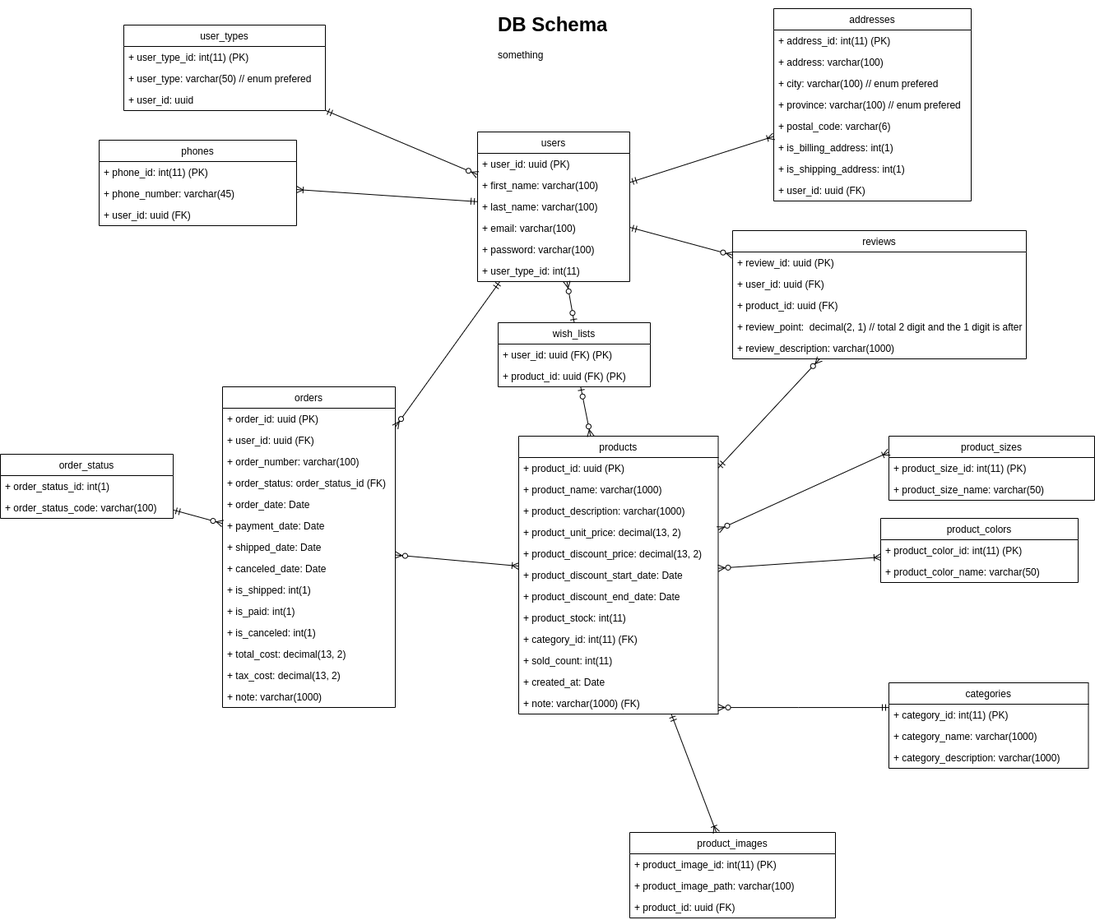
The draw.io diagram db-design.png in stsiwo/e-commerce-starter-kits, before a commit. Source tidied: cells renumbered, new cells last; positions are measured from the earlier drawing's top-left corner, leaving out a move shared by most shapes.
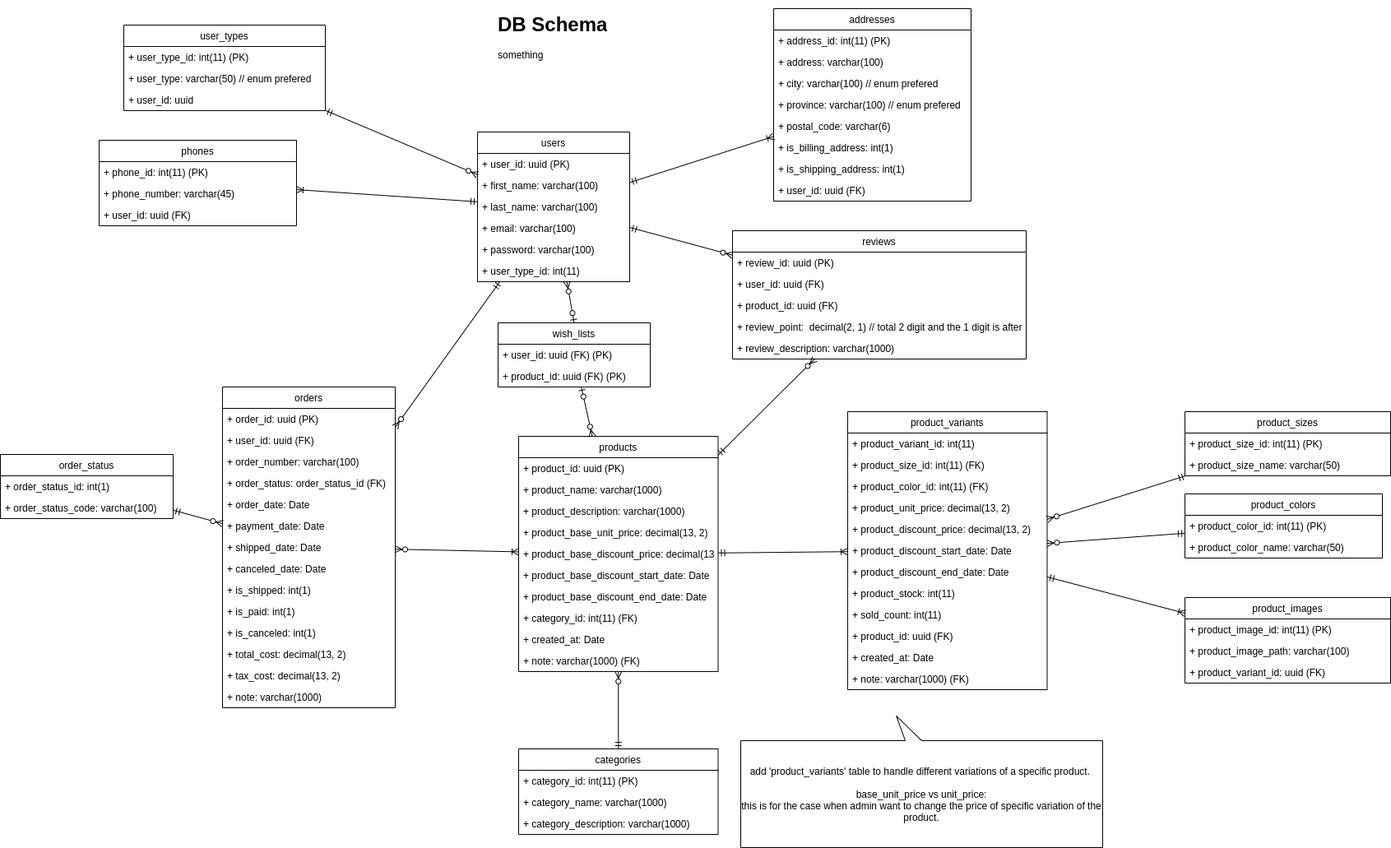
After the commit.

The edit, as a diff of the source:
```diff
@@ -95,19 +95,8 @@
     <mxCell id="32" value="+ user_id: uuid" style="text;strokeColor=none;fillColor=none;align=left;verticalAlign=top;spacingLeft=4;spacingRight=4;overflow=hidden;" parent="29" vertex="1">
       <mxGeometry y="78" width="245" height="26" as="geometry" />
     </mxCell>
-    <mxCell id="33" style="edgeStyle=none;rounded=0;jettySize=auto;html=1;entryX=0;entryY=0.25;entryDx=0;entryDy=0;startArrow=ERzeroToMany;startFill=1;endArrow=ERoneToMany;endFill=0;" parent="1" edge="1" source="39" target="72">
-      <mxGeometry relative="1" as="geometry" />
-    </mxCell>
-    <mxCell id="34" style="edgeStyle=none;rounded=0;jettySize=auto;html=1;startArrow=ERzeroToMany;startFill=1;endArrow=ERoneToMany;endFill=0;" parent="1" edge="1" source="39" target="75">
-      <mxGeometry relative="1" as="geometry" />
-    </mxCell>
-    <mxCell id="35" style="edgeStyle=orthogonalEdgeStyle;rounded=0;jettySize=auto;html=1;endArrow=ERmandOne;endFill=0;startArrow=ERzeroToMany;startFill=1;" parent="1" edge="1" source="39" target="78">
-      <mxGeometry relative="1" as="geometry">
-        <Array as="points">
-          <mxPoint x="970" y="850" />
-          <mxPoint x="1351" y="850" />
-        </Array>
-      </mxGeometry>
+    <mxCell id="35" style="rounded=0;jettySize=auto;html=1;endArrow=ERmandOne;endFill=0;startArrow=ERzeroToMany;startFill=1;" parent="1" edge="1" source="39" target="78">
+      <mxGeometry relative="1" as="geometry" />
     </mxCell>
     <mxCell id="36" style="edgeStyle=none;rounded=0;jettySize=auto;html=1;startArrow=ERzeroToMany;startFill=1;endArrow=ERzeroToOne;endFill=1;" parent="1" edge="1" source="39" target="82">
       <mxGeometry relative="1" as="geometry" />
@@ -115,11 +104,11 @@
     <mxCell id="37" style="edgeStyle=none;rounded=0;jettySize=auto;html=1;startArrow=ERmandOne;startFill=0;endArrow=ERzeroToMany;endFill=1;" parent="1" edge="1" source="39" target="85">
       <mxGeometry relative="1" as="geometry" />
     </mxCell>
-    <mxCell id="38" style="rounded=0;jettySize=auto;html=1;endArrow=ERoneToMany;endFill=0;startArrow=ERmandOne;startFill=0;" parent="1" edge="1" source="39" target="91">
-      <mxGeometry relative="1" as="geometry" />
-    </mxCell>
+    <mxCell id="95" style="edgeStyle=none;rounded=0;jettySize=auto;html=1;startArrow=ERmandOne;startFill=0;endArrow=ERoneToMany;endFill=0;" parent="1" edge="1" source="39" target="99">
+      <mxGeometry relative="1" as="geometry" />
+    </mxCell>
     <mxCell id="39" value="products" style="swimlane;fontStyle=0;horizontal=1;startSize=26;fillColor=none;" parent="1" vertex="1">
-      <mxGeometry x="630" y="520" width="242.5" height="338" as="geometry" />
+      <mxGeometry x="630" y="520" width="242.5" height="286" as="geometry" />
     </mxCell>
     <mxCell id="40" value="+ product_id: uuid (PK)" style="text;strokeColor=none;fillColor=none;align=left;verticalAlign=top;spacingLeft=4;spacingRight=4;overflow=hidden;" parent="39" vertex="1">
       <mxGeometry y="26" width="242.5" height="26" as="geometry" />
@@ -130,32 +119,26 @@
     <mxCell id="42" value="+ product_description: varchar(1000)" style="text;strokeColor=none;fillColor=none;align=left;verticalAlign=top;spacingLeft=4;spacingRight=4;overflow=hidden;" parent="39" vertex="1">
       <mxGeometry y="78" width="242.5" height="26" as="geometry" />
     </mxCell>
-    <mxCell id="43" value="+ product_unit_price: decimal(13, 2)" style="text;strokeColor=none;fillColor=none;align=left;verticalAlign=top;spacingLeft=4;spacingRight=4;overflow=hidden;" parent="39" vertex="1">
+    <mxCell id="43" value="+ product_base_unit_price: decimal(13, 2)" style="text;strokeColor=none;fillColor=none;align=left;verticalAlign=top;spacingLeft=4;spacingRight=4;overflow=hidden;" parent="39" vertex="1">
       <mxGeometry y="104" width="242.5" height="26" as="geometry" />
     </mxCell>
-    <mxCell id="44" value="+ product_discount_price: decimal(13, 2)" style="text;strokeColor=none;fillColor=none;align=left;verticalAlign=top;spacingLeft=4;spacingRight=4;overflow=hidden;" parent="39" vertex="1">
+    <mxCell id="44" value="+ product_base_discount_price: decimal(13, 2)" style="text;strokeColor=none;fillColor=none;align=left;verticalAlign=top;spacingLeft=4;spacingRight=4;overflow=hidden;" parent="39" vertex="1">
       <mxGeometry y="130" width="242.5" height="26" as="geometry" />
     </mxCell>
-    <mxCell id="45" value="+ product_discount_start_date: Date " style="text;strokeColor=none;fillColor=none;align=left;verticalAlign=top;spacingLeft=4;spacingRight=4;overflow=hidden;" parent="39" vertex="1">
+    <mxCell id="45" value="+ product_base_discount_start_date: Date " style="text;strokeColor=none;fillColor=none;align=left;verticalAlign=top;spacingLeft=4;spacingRight=4;overflow=hidden;" parent="39" vertex="1">
       <mxGeometry y="156" width="242.5" height="26" as="geometry" />
     </mxCell>
-    <mxCell id="46" value="+ product_discount_end_date: Date " style="text;strokeColor=none;fillColor=none;align=left;verticalAlign=top;spacingLeft=4;spacingRight=4;overflow=hidden;" parent="39" vertex="1">
+    <mxCell id="46" value="+ product_base_discount_end_date: Date " style="text;strokeColor=none;fillColor=none;align=left;verticalAlign=top;spacingLeft=4;spacingRight=4;overflow=hidden;" parent="39" vertex="1">
       <mxGeometry y="182" width="242.5" height="26" as="geometry" />
     </mxCell>
-    <mxCell id="47" value="+ product_stock: int(11) " style="text;strokeColor=none;fillColor=none;align=left;verticalAlign=top;spacingLeft=4;spacingRight=4;overflow=hidden;" parent="39" vertex="1">
-      <mxGeometry y="208" width="242.5" height="26" as="geometry" />
-    </mxCell>
     <mxCell id="48" value="+ category_id: int(11) (FK)" style="text;strokeColor=none;fillColor=none;align=left;verticalAlign=top;spacingLeft=4;spacingRight=4;overflow=hidden;" parent="39" vertex="1">
-      <mxGeometry y="234" width="242.5" height="26" as="geometry" />
+      <mxGeometry y="208" width="242.5" height="26" as="geometry" />
     </mxCell>
-    <mxCell id="49" value="+ sold_count: int(11)" style="text;strokeColor=none;fillColor=none;align=left;verticalAlign=top;spacingLeft=4;spacingRight=4;overflow=hidden;" parent="39" vertex="1">
-      <mxGeometry y="260" width="242.5" height="26" as="geometry" />
-    </mxCell>
     <mxCell id="50" value="+ created_at: Date" style="text;strokeColor=none;fillColor=none;align=left;verticalAlign=top;spacingLeft=4;spacingRight=4;overflow=hidden;" parent="39" vertex="1">
-      <mxGeometry y="286" width="242.5" height="26" as="geometry" />
+      <mxGeometry y="234" width="242.5" height="26" as="geometry" />
     </mxCell>
     <mxCell id="51" value="+ note: varchar(1000) (FK)" style="text;strokeColor=none;fillColor=none;align=left;verticalAlign=top;spacingLeft=4;spacingRight=4;overflow=hidden;" parent="39" vertex="1">
-      <mxGeometry y="312" width="242.5" height="26" as="geometry" />
+      <mxGeometry y="260" width="242.5" height="26" as="geometry" />
     </mxCell>
     <mxCell id="52" style="edgeStyle=none;rounded=0;jettySize=auto;html=1;startArrow=ERzeroToMany;startFill=1;endArrow=ERoneToMany;endFill=0;" parent="1" edge="1" source="53" target="39">
       <mxGeometry relative="1" as="geometry" />
@@ -218,7 +201,7 @@
       <mxGeometry y="52" width="210" height="26" as="geometry" />
     </mxCell>
     <mxCell id="72" value="product_sizes" style="swimlane;fontStyle=0;horizontal=1;startSize=26;fillColor=none;" parent="1" vertex="1">
-      <mxGeometry x="1080" y="520" width="250" height="78" as="geometry" />
+      <mxGeometry x="1440" y="490" width="250" height="78" as="geometry" />
     </mxCell>
     <mxCell id="73" value="+ product_size_id: int(11) (PK)" style="text;strokeColor=none;fillColor=none;align=left;verticalAlign=top;spacingLeft=4;spacingRight=4;overflow=hidden;" parent="72" vertex="1">
       <mxGeometry y="26" width="250" height="26" as="geometry" />
@@ -227,7 +210,7 @@
       <mxGeometry y="52" width="250" height="26" as="geometry" />
     </mxCell>
     <mxCell id="75" value="product_colors" style="swimlane;fontStyle=0;horizontal=1;startSize=26;fillColor=none;" parent="1" vertex="1">
-      <mxGeometry x="1070" y="620" width="240" height="78" as="geometry" />
+      <mxGeometry x="1440" y="590" width="240" height="78" as="geometry" />
     </mxCell>
     <mxCell id="76" value="+ product_color_id: int(11) (PK)" style="text;strokeColor=none;fillColor=none;align=left;verticalAlign=top;spacingLeft=4;spacingRight=4;overflow=hidden;" parent="75" vertex="1">
       <mxGeometry y="26" width="240" height="26" as="geometry" />
@@ -236,7 +219,7 @@
       <mxGeometry y="52" width="240" height="26" as="geometry" />
     </mxCell>
     <mxCell id="78" value="categories" style="swimlane;fontStyle=0;horizontal=1;startSize=26;fillColor=none;" parent="1" vertex="1">
-      <mxGeometry x="1080" y="820" width="242.5" height="104" as="geometry" />
+      <mxGeometry x="630" y="900" width="242.5" height="104" as="geometry" />
     </mxCell>
     <mxCell id="79" value="+ category_id: int(11) (PK)" style="text;strokeColor=none;fillColor=none;align=left;verticalAlign=top;spacingLeft=4;spacingRight=4;overflow=hidden;" parent="78" vertex="1">
       <mxGeometry y="26" width="242.5" height="26" as="geometry" />
@@ -275,7 +258,7 @@
       <mxGeometry y="130" width="357" height="26" as="geometry" />
     </mxCell>
     <mxCell id="91" value="product_images" style="swimlane;fontStyle=0;horizontal=1;startSize=26;fillColor=none;" parent="1" vertex="1">
-      <mxGeometry x="765" y="1002" width="250" height="104" as="geometry" />
+      <mxGeometry x="1440" y="716" width="250" height="104" as="geometry" />
     </mxCell>
     <mxCell id="92" value="+ product_image_id: int(11) (PK)" style="text;strokeColor=none;fillColor=none;align=left;verticalAlign=top;spacingLeft=4;spacingRight=4;overflow=hidden;" parent="91" vertex="1">
       <mxGeometry y="26" width="250" height="26" as="geometry" />
@@ -283,8 +266,59 @@
     <mxCell id="93" value="+ product_image_path: varchar(100)" style="text;strokeColor=none;fillColor=none;align=left;verticalAlign=top;spacingLeft=4;spacingRight=4;overflow=hidden;" parent="91" vertex="1">
       <mxGeometry y="52" width="250" height="26" as="geometry" />
     </mxCell>
-    <mxCell id="94" value="+ product_id: uuid (FK)" style="text;strokeColor=none;fillColor=none;align=left;verticalAlign=top;spacingLeft=4;spacingRight=4;overflow=hidden;" parent="91" vertex="1">
+    <mxCell id="94" value="+ product_variant_id: uuid (FK)" style="text;strokeColor=none;fillColor=none;align=left;verticalAlign=top;spacingLeft=4;spacingRight=4;overflow=hidden;" parent="91" vertex="1">
       <mxGeometry y="78" width="250" height="26" as="geometry" />
     </mxCell>
+    <mxCell id="96" style="edgeStyle=none;rounded=0;jettySize=auto;html=1;startArrow=ERzeroToMany;startFill=1;endArrow=ERmandOne;endFill=0;" parent="1" edge="1" source="99" target="72">
+      <mxGeometry relative="1" as="geometry" />
+    </mxCell>
+    <mxCell id="97" style="edgeStyle=none;rounded=0;jettySize=auto;html=1;startArrow=ERzeroToMany;startFill=1;endArrow=ERmandOne;endFill=0;" parent="1" edge="1" source="99" target="75">
+      <mxGeometry relative="1" as="geometry" />
+    </mxCell>
+    <mxCell id="98" style="edgeStyle=none;rounded=0;jettySize=auto;html=1;startArrow=ERmandOne;startFill=0;endArrow=ERoneToMany;endFill=0;" parent="1" edge="1" source="99" target="91">
+      <mxGeometry relative="1" as="geometry" />
+    </mxCell>
+    <mxCell id="99" value="product_variants" style="swimlane;fontStyle=0;horizontal=1;startSize=26;fillColor=none;" parent="1" vertex="1">
+      <mxGeometry x="1030" y="490" width="242.5" height="338" as="geometry" />
+    </mxCell>
+    <mxCell id="100" value="+ product_variant_id: int(11)" style="text;strokeColor=none;fillColor=none;align=left;verticalAlign=top;spacingLeft=4;spacingRight=4;overflow=hidden;" parent="99" vertex="1">
+      <mxGeometry y="26" width="242.5" height="26" as="geometry" />
+    </mxCell>
+    <mxCell id="101" value="+ product_size_id: int(11) (FK)" style="text;strokeColor=none;fillColor=none;align=left;verticalAlign=top;spacingLeft=4;spacingRight=4;overflow=hidden;" parent="99" vertex="1">
+      <mxGeometry y="52" width="242.5" height="26" as="geometry" />
+    </mxCell>
+    <mxCell id="102" value="+ product_color_id: int(11) (FK)" style="text;strokeColor=none;fillColor=none;align=left;verticalAlign=top;spacingLeft=4;spacingRight=4;overflow=hidden;" parent="99" vertex="1">
+      <mxGeometry y="78" width="242.5" height="26" as="geometry" />
+    </mxCell>
+    <mxCell id="103" value="+ product_unit_price: decimal(13, 2)" style="text;strokeColor=none;fillColor=none;align=left;verticalAlign=top;spacingLeft=4;spacingRight=4;overflow=hidden;" parent="99" vertex="1">
+      <mxGeometry y="104" width="242.5" height="26" as="geometry" />
+    </mxCell>
+    <mxCell id="104" value="+ product_discount_price: decimal(13, 2)" style="text;strokeColor=none;fillColor=none;align=left;verticalAlign=top;spacingLeft=4;spacingRight=4;overflow=hidden;" parent="99" vertex="1">
+      <mxGeometry y="130" width="242.5" height="26" as="geometry" />
+    </mxCell>
+    <mxCell id="105" value="+ product_discount_start_date: Date " style="text;strokeColor=none;fillColor=none;align=left;verticalAlign=top;spacingLeft=4;spacingRight=4;overflow=hidden;" parent="99" vertex="1">
+      <mxGeometry y="156" width="242.5" height="26" as="geometry" />
+    </mxCell>
+    <mxCell id="106" value="+ product_discount_end_date: Date " style="text;strokeColor=none;fillColor=none;align=left;verticalAlign=top;spacingLeft=4;spacingRight=4;overflow=hidden;" parent="99" vertex="1">
+      <mxGeometry y="182" width="242.5" height="26" as="geometry" />
+    </mxCell>
+    <mxCell id="47" value="+ product_stock: int(11) " style="text;strokeColor=none;fillColor=none;align=left;verticalAlign=top;spacingLeft=4;spacingRight=4;overflow=hidden;" parent="99" vertex="1">
+      <mxGeometry y="208" width="242.5" height="26" as="geometry" />
+    </mxCell>
+    <mxCell id="49" value="+ sold_count: int(11)" style="text;strokeColor=none;fillColor=none;align=left;verticalAlign=top;spacingLeft=4;spacingRight=4;overflow=hidden;" parent="99" vertex="1">
+      <mxGeometry y="234" width="242.5" height="26" as="geometry" />
+    </mxCell>
+    <mxCell id="107" value="+ product_id: uuid (FK)" style="text;strokeColor=none;fillColor=none;align=left;verticalAlign=top;spacingLeft=4;spacingRight=4;overflow=hidden;" parent="99" vertex="1">
+      <mxGeometry y="260" width="242.5" height="26" as="geometry" />
+    </mxCell>
+    <mxCell id="108" value="+ created_at: Date" style="text;strokeColor=none;fillColor=none;align=left;verticalAlign=top;spacingLeft=4;spacingRight=4;overflow=hidden;" parent="99" vertex="1">
+      <mxGeometry y="286" width="242.5" height="26" as="geometry" />
+    </mxCell>
+    <mxCell id="109" value="+ note: varchar(1000) (FK)" style="text;strokeColor=none;fillColor=none;align=left;verticalAlign=top;spacingLeft=4;spacingRight=4;overflow=hidden;" parent="99" vertex="1">
+      <mxGeometry y="312" width="242.5" height="26" as="geometry" />
+    </mxCell>
+    <mxCell id="110" value="add 'product_variants' table to handle different variations of a specific product.&amp;nbsp;&lt;br&gt;&lt;br&gt;base_unit_price vs unit_price:&lt;br&gt;this is for the case when admin want to change the price of specific variation of the product.&lt;br&gt;" style="shape=callout;whiteSpace=wrap;html=1;perimeter=calloutPerimeter;direction=west;position2=0.57;" parent="1" vertex="1">
+      <mxGeometry x="900" y="860" width="440" height="160" as="geometry" />
+    </mxCell>
   </root>
 </mxGraphModel>
```
